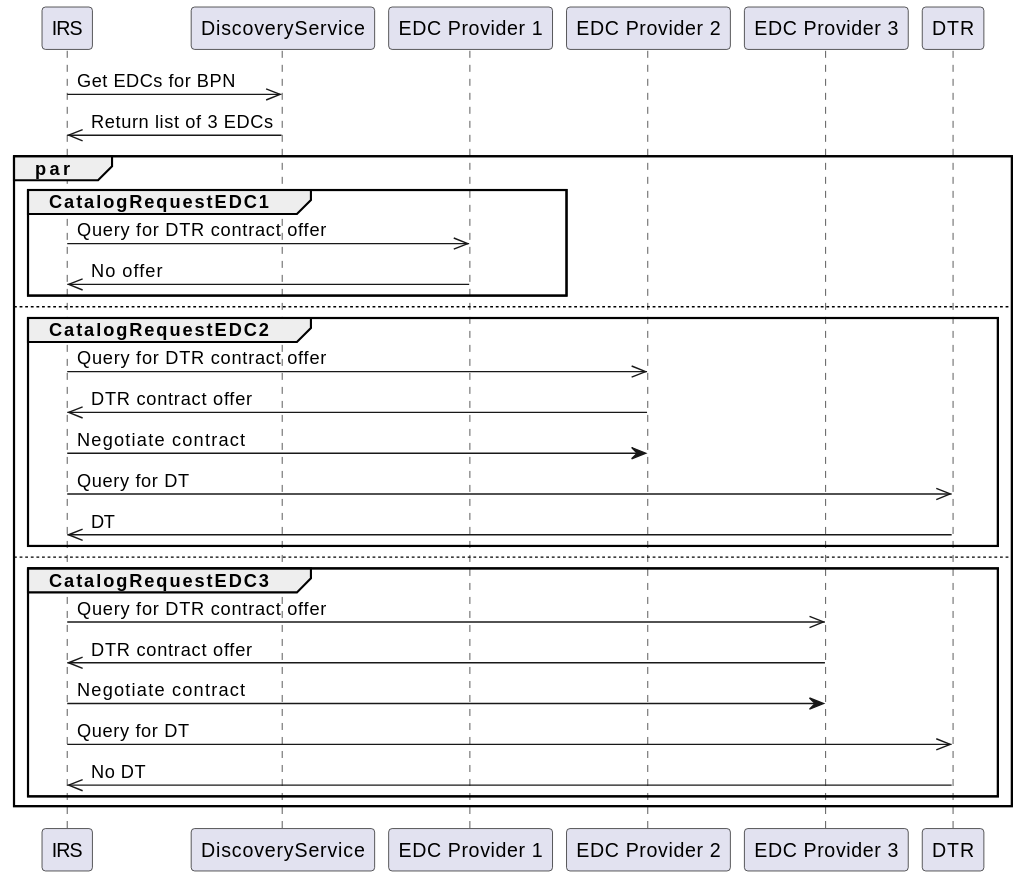
The PlantUML diagram docs/arc42/architecture-constraints/discovery-DTR--multiple-EDCs-with-multiple-DTRs.svg in catenax-ng/tx-item-relationship-service, before a commit. Its source is kept beside it as docs/arc42/cross-cutting/discovery-DTR--multiple-EDCs-with-multiple-DTRs.puml.
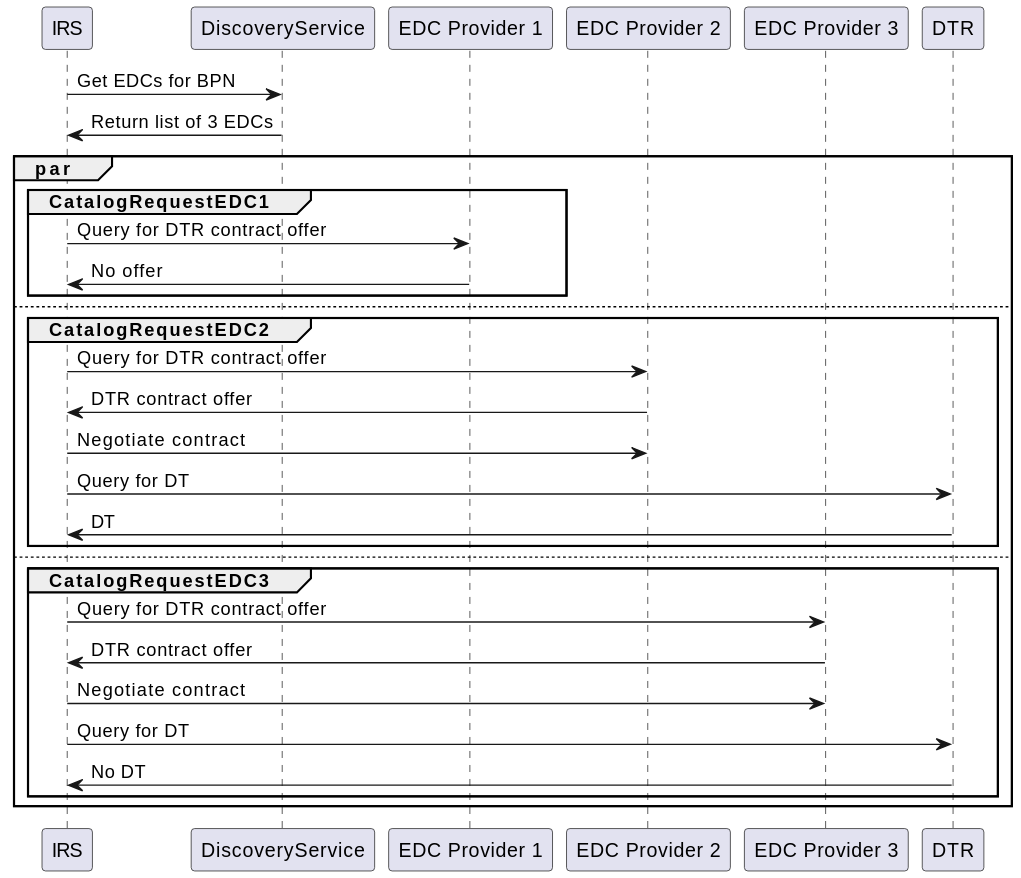
Above is the later version.

What changed in the source:
```diff
@@ -6,33 +6,35 @@
 participant "EDC Provider 3" as EDCProvider3
 participant "DTR" as DTR
 
-IRS ->> DiscoveryService: Get EDCs for BPN
-DiscoveryService ->> IRS: Return list of 3 EDCs
+IRS -> DiscoveryService: Get EDCs for BPN
+DiscoveryService -> IRS: Return list of 3 EDCs
 
 par
     group CatalogRequestEDC1
-        IRS ->> EDCProvider1: Query for DTR contract offer
-        EDCProvider1 ->> IRS: No offer
+        IRS -> EDCProvider1: Query for DTR contract offer
+        EDCProvider1 -> IRS: No offer
     end
 
     else
 
     group CatalogRequestEDC2
-        IRS ->> EDCProvider2: Query for DTR contract offer
-        EDCProvider2 ->> IRS: DTR contract offer
+        IRS -> EDCProvider2: Query for DTR contract offer
+        EDCProvider2 -> IRS: DTR contract offer
         IRS -> EDCProvider2: Negotiate contract
-        IRS ->> DTR: Query for DT
-        DTR ->> IRS: DT
+
+        IRS -> DTR: Query for DT
+        DTR -> IRS: DT
     end
 
     else
 
     group CatalogRequestEDC3
-        IRS ->> EDCProvider3: Query for DTR contract offer
-        EDCProvider3 ->> IRS: DTR contract offer
+        IRS -> EDCProvider3: Query for DTR contract offer
+        EDCProvider3 -> IRS: DTR contract offer
         IRS -> EDCProvider3: Negotiate contract
-        IRS ->> DTR: Query for DT
-        DTR ->> IRS: No DT
+
+        IRS -> DTR: Query for DT
+        DTR -> IRS: No DT
     end
 end
 @enduml
```
